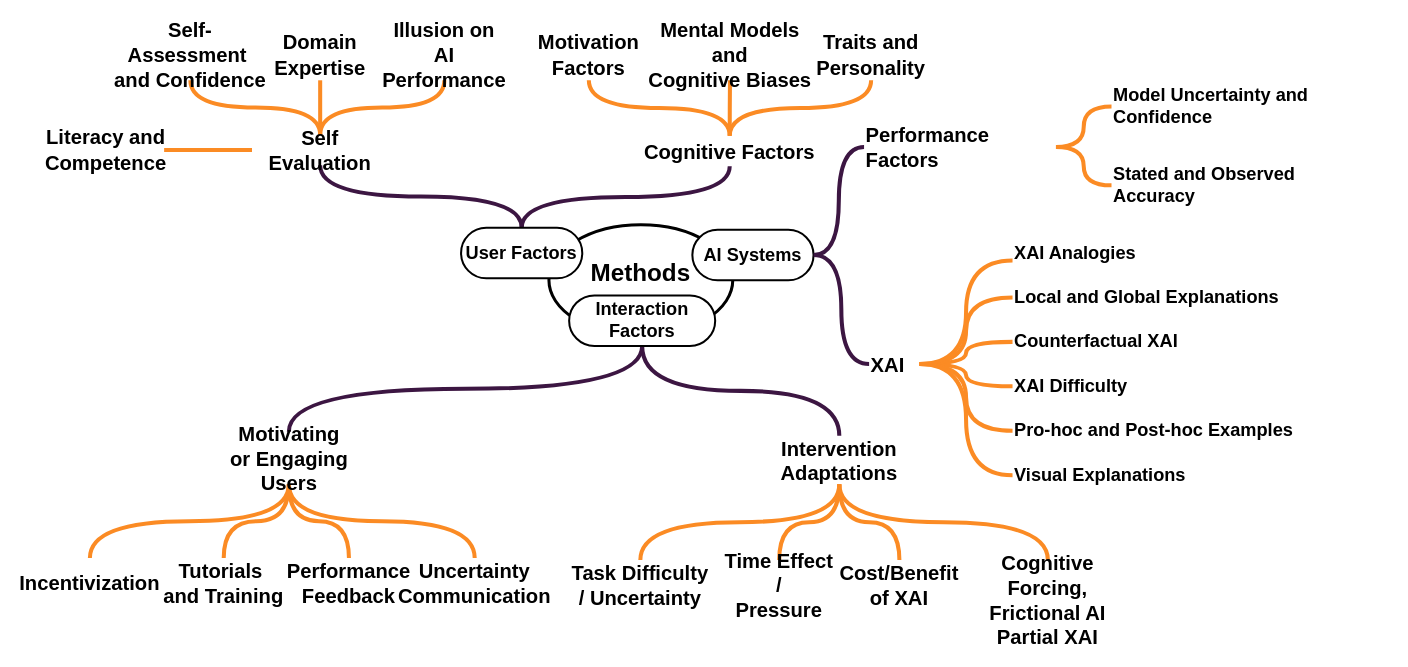
Earlier version of the draw.io diagram ext/chi-rev-method-overview.drawio (raeeschaudhary/Coursera_Exams). Source tidied: cells renumbered, new cells numbered last; positions are measured from the earlier drawing's top-left corner, leaving out a move shared by most shapes. Both pictures are drawn from the tidied source at 101%, with x=0, y=0 at pixel (17, 29).
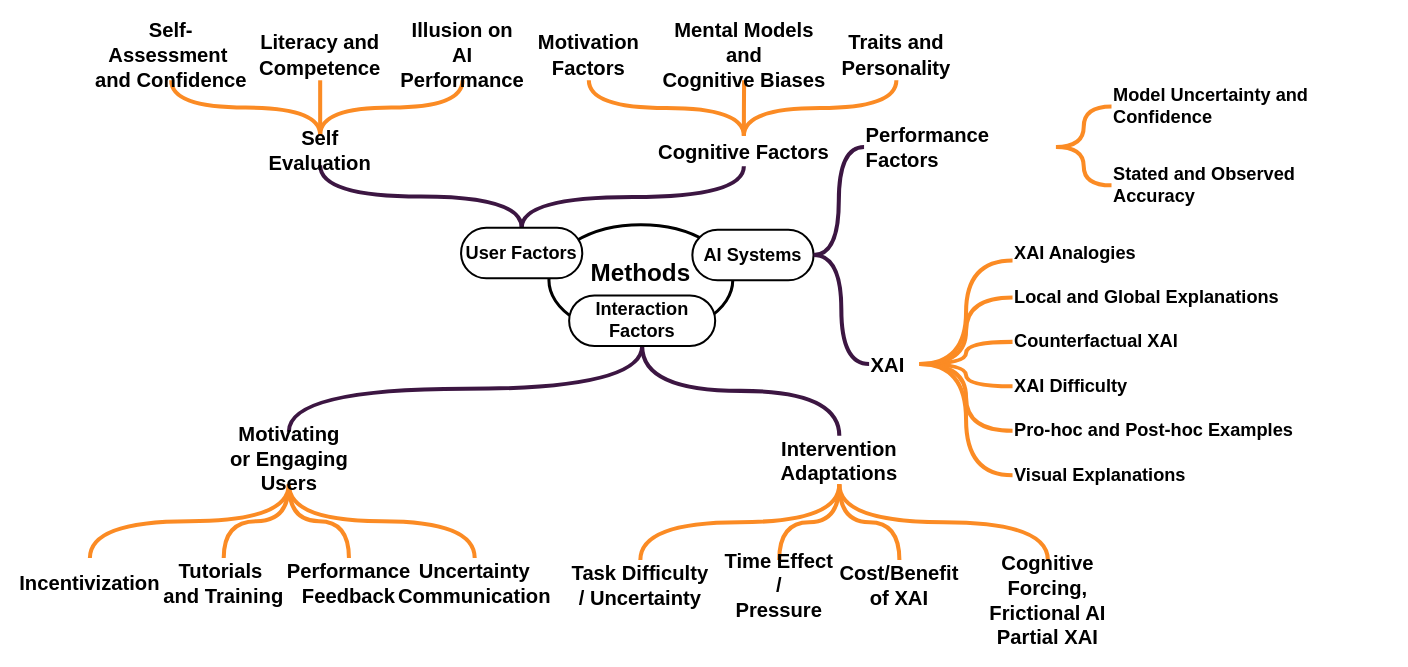
The same page after the edit.

The change refers to these unchanged cells:
```xml
<mxCell id="56" value="&lt;span&gt;Self Evaluation&lt;/span&gt;" style="text;html=1;whiteSpace=wrap;strokeColor=none;fillColor=none;align=center;verticalAlign=middle;rounded=0;fontFamily=corbel;fontStyle=1;fontSize=20;" parent="1" vertex="1">
  <mxGeometry x="232" y="104" width="135" height="30" as="geometry" />
</mxCell>
```

Change to the diagram source:
```diff
@@
     <mxCell id="51" value="&lt;span&gt;Cognitive Factors&lt;/span&gt;" style="text;html=1;whiteSpace=wrap;strokeColor=none;fillColor=none;align=center;verticalAlign=middle;rounded=0;fontFamily=corbel;fontStyle=1;fontSize=20;" parent="1" vertex="1">
-      <mxGeometry x="610" y="105" width="190" height="30" as="geometry" />
+      <mxGeometry x="624" y="105" width="190" height="30" as="geometry" />
     </mxCell>
@@
-    <mxCell id="55" style="edgeStyle=orthogonalEdgeStyle;rounded=0;jettySize=auto;html=1;exitX=0;exitY=0.5;exitDx=0;exitDy=0;entryX=1;entryY=0.5;entryDx=0;entryDy=0;strokeWidth=4;endArrow=none;endFill=0;strokeColor=#FB8B24;" parent="1" edge="1" source="56" target="63">
-      <mxGeometry relative="1" as="geometry" />
-    </mxCell>
@@
     <mxCell id="58" value="&lt;span&gt;&lt;span style=&quot;font-size: 20px;&quot;&gt;Mental Models and&lt;br&gt;&lt;/span&gt;&lt;span style=&quot;font-size: 20px;&quot;&gt;Cognitive Biases&lt;/span&gt;&lt;/span&gt;" style="text;html=1;whiteSpace=wrap;strokeColor=none;fillColor=none;align=center;verticalAlign=middle;rounded=0;fontFamily=corbel;fontSize=18;fontStyle=1;" parent="1" vertex="1">
-      <mxGeometry x="622" width="166.5" height="50" as="geometry" />
+      <mxGeometry x="636" width="166.5" height="50" as="geometry" />
     </mxCell>
     <mxCell id="59" value="&lt;span style=&quot;font-size: 20px;&quot;&gt;Traits and&lt;br&gt;&lt;/span&gt;&lt;span style=&quot;font-size: 20px;&quot;&gt;Personality&lt;/span&gt;" style="text;html=1;whiteSpace=wrap;strokeColor=none;fillColor=none;align=center;verticalAlign=middle;rounded=0;fontFamily=corbel;fontSize=18;fontStyle=1;" parent="1" vertex="1">
-      <mxGeometry x="795" width="100" height="50" as="geometry" />
+      <mxGeometry x="820" width="100" height="50" as="geometry" />
     </mxCell>
     <mxCell id="60" value="&lt;span&gt;&lt;span style=&quot;font-size:20px;&quot;&gt;Self-Assessment&amp;nbsp;&lt;/span&gt;&lt;/span&gt;&lt;div&gt;&lt;span&gt;&lt;span style=&quot;font-size:20px;&quot;&gt;and&amp;nbsp;&lt;/span&gt;&lt;span style=&quot;font-size:20px;&quot;&gt;Confidence&lt;/span&gt;&lt;/span&gt;&lt;/div&gt;" style="text;html=1;whiteSpace=wrap;strokeColor=none;fillColor=none;align=center;verticalAlign=middle;rounded=0;fontFamily=corbel;fontSize=18;fontStyle=1;" parent="1" vertex="1">
-      <mxGeometry x="90" width="162" height="50" as="geometry" />
+      <mxGeometry x="71" width="162" height="50" as="geometry" />
     </mxCell>
-    <mxCell id="61" value="&lt;span&gt;&lt;span style=&quot;font-size:20px;&quot;&gt;Domain&lt;br&gt;&lt;/span&gt;&lt;span style=&quot;font-size:20px;&quot;&gt;Expertise&lt;/span&gt;&lt;/span&gt;" style="text;html=1;whiteSpace=wrap;strokeColor=none;fillColor=none;align=center;verticalAlign=middle;rounded=0;fontFamily=corbel;fontSize=18;fontStyle=1;" parent="1" vertex="1">
+    <mxCell id="61" value="&lt;span style=&quot;font-size: 20px;&quot;&gt;Literacy and&lt;br&gt;&lt;/span&gt;&lt;span style=&quot;font-size: 20px;&quot;&gt;Competence&lt;/span&gt;" style="text;html=1;whiteSpace=wrap;strokeColor=none;fillColor=none;align=center;verticalAlign=middle;rounded=0;fontFamily=corbel;fontSize=18;fontStyle=1;" parent="1" vertex="1">
       <mxGeometry x="248" width="103" height="50" as="geometry" />
     </mxCell>
     <mxCell id="62" value="&lt;span&gt;&lt;span style=&quot;font-size:20px;&quot;&gt;Illusion on AI&lt;br&gt;&lt;/span&gt;&lt;span style=&quot;font-size:20px;&quot;&gt;Performance&lt;/span&gt;&lt;/span&gt;" style="text;html=1;whiteSpace=wrap;strokeColor=none;fillColor=none;align=center;verticalAlign=middle;rounded=0;fontFamily=corbel;fontSize=18;fontStyle=1;" parent="1" vertex="1">
-      <mxGeometry x="371" width="103" height="50" as="geometry" />
+      <mxGeometry x="389" width="103" height="50" as="geometry" />
     </mxCell>
-    <mxCell id="63" value="&lt;span&gt;&lt;span style=&quot;font-size:20px;&quot;&gt;Literacy and &lt;br&gt;&lt;/span&gt;&lt;span style=&quot;font-size:20px;&quot;&gt;Competence&lt;/span&gt;&lt;/span&gt;" style="text;html=1;whiteSpace=wrap;strokeColor=none;fillColor=none;align=center;verticalAlign=middle;rounded=0;fontFamily=corbel;fontSize=18;fontStyle=1;" parent="1" vertex="1">
-      <mxGeometry x="30" y="94" width="115" height="50" as="geometry" />
-    </mxCell>
```
